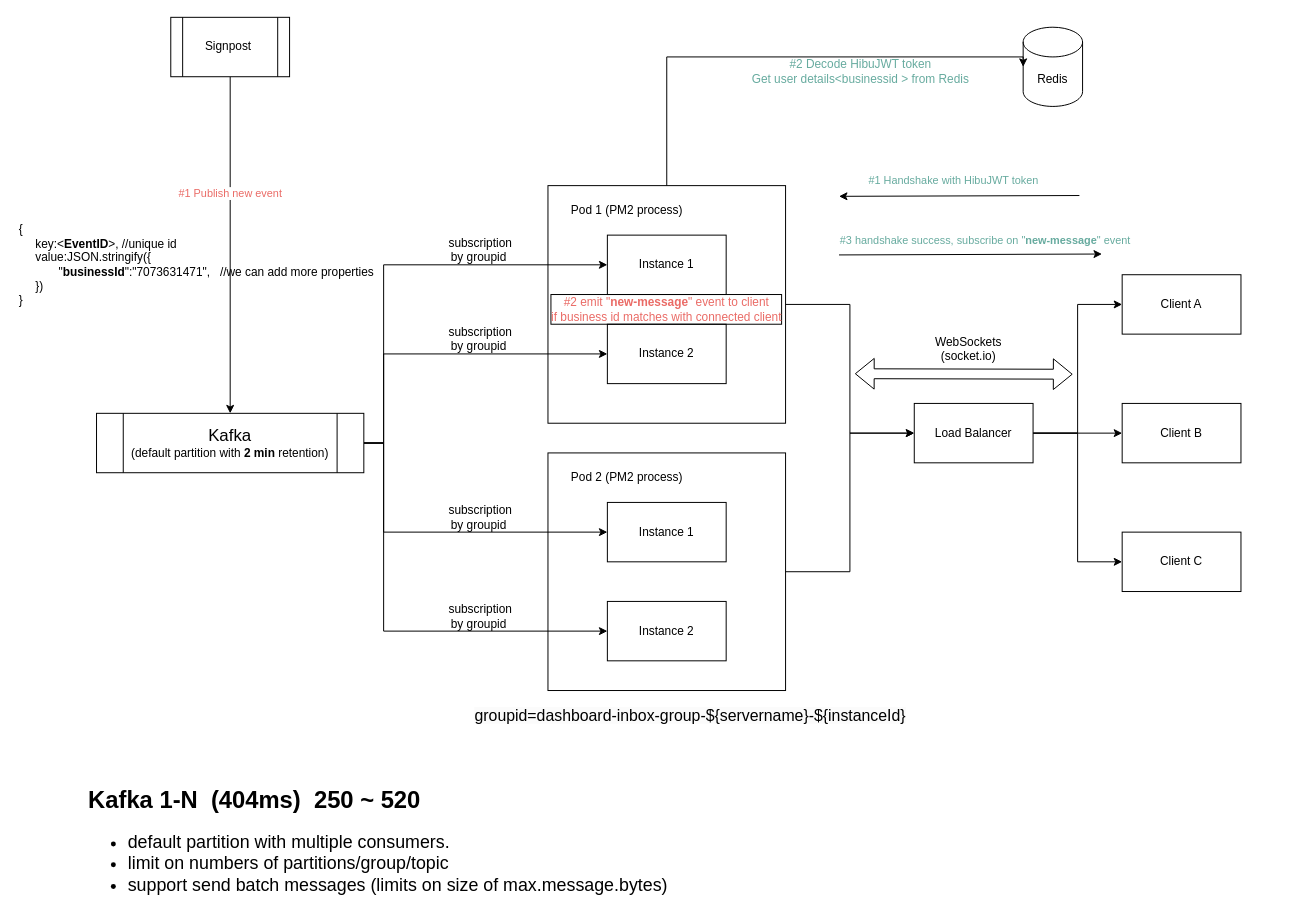
The draw.io diagram page "Kafka 1-n" (1 of 2) of hppd-Inbox.drawio in half-6/workflow, before the edit. Source tidied: cells renumbered, new cells numbered last; positions are measured from the earlier drawing's top-left corner, leaving out a move shared by most shapes. Both pictures are drawn from the tidied source at 99%, with x=0, y=0 at pixel (17, 17).
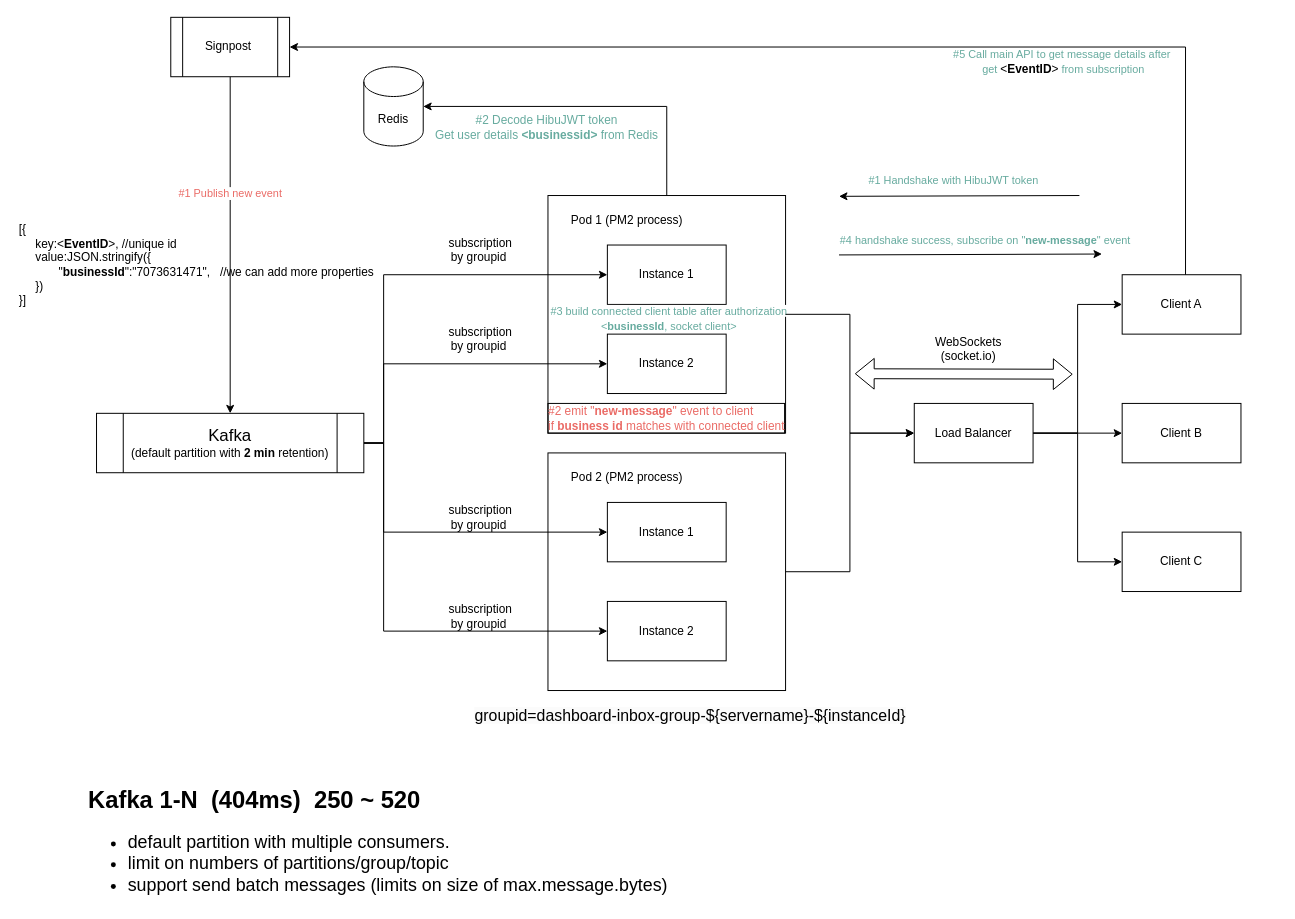
The same diagram, later.

The change refers to these unchanged cells:
```xml
<mxCell id="3" style="whiteSpace=wrap;html=1;" parent="2" vertex="1">
  <mxGeometry width="240" height="240" as="geometry" />
</mxCell>
<mxCell id="5" value="Instance 1" style="rounded=0;whiteSpace=wrap;html=1;" parent="2" vertex="1">
  <mxGeometry x="60" y="50" width="120" height="60" as="geometry" />
</mxCell>
<mxCell id="6" value="Instance 2" style="rounded=0;whiteSpace=wrap;html=1;" parent="2" vertex="1">
  <mxGeometry x="60" y="140" width="120" height="60" as="geometry" />
</mxCell>
<mxCell id="17" value="&lt;font style=&quot;font-size: 17px;&quot;&gt;Kafka&lt;/font&gt;&lt;div&gt;(default partition with &lt;b&gt;2 min&lt;/b&gt; retention)&lt;/div&gt;" style="shape=process;whiteSpace=wrap;html=1;backgroundOutline=1;" parent="1" vertex="1">
  <mxGeometry x="80" y="400" width="270" height="60" as="geometry" />
</mxCell>
<mxCell id="29" value="Signpost&amp;nbsp;" style="shape=process;whiteSpace=wrap;html=1;backgroundOutline=1;" parent="1" vertex="1">
  <mxGeometry x="155" width="120" height="60" as="geometry" />
</mxCell>
```

The edit, as a diff of the source:
```diff
@@
     <mxCell id="2" style="group;dashed=1;strokeColor=none;dashPattern=8 8;" parent="1" vertex="1">
-      <mxGeometry x="536" y="170" width="290" height="240" as="geometry" />
+      <mxGeometry x="536" y="180" width="369" height="240" as="geometry" />
     </mxCell>
@@
-    <mxCell id="7" value="#2 emit &quot;&lt;b&gt;new-message&lt;/b&gt;&quot; event to client&lt;div&gt;if business id matches with connected client&lt;/div&gt;" style="text;html=1;align=center;verticalAlign=middle;whiteSpace=wrap;rounded=0;labelBorderColor=default;fontColor=#EA6B66;" parent="2" vertex="1">
-      <mxGeometry x="-20" y="110" width="280" height="30" as="geometry" />
+    <mxCell id="7" value="&lt;div style=&quot;text-align: left;&quot;&gt;&lt;span style=&quot;background-color: initial;&quot;&gt;#2&amp;nbsp;&lt;/span&gt;&lt;span style=&quot;background-color: initial;&quot;&gt;emit &quot;&lt;/span&gt;&lt;b style=&quot;background-color: initial;&quot;&gt;new-message&lt;/b&gt;&lt;span style=&quot;background-color: initial;&quot;&gt;&quot; event to client&lt;/span&gt;&lt;/div&gt;&lt;div&gt;&lt;div&gt;if &lt;b&gt;business id&lt;/b&gt; matches with connected client&lt;/div&gt;&lt;/div&gt;" style="text;html=1;align=center;verticalAlign=middle;whiteSpace=wrap;rounded=0;labelBorderColor=default;fontColor=#EA6B66;" parent="2" vertex="1">
+      <mxGeometry x="-20" y="210" width="280" height="30" as="geometry" />
     </mxCell>
+    <mxCell id="46" value="&lt;span style=&quot;font-size: 11px; text-wrap: nowrap; background-color: rgb(255, 255, 255);&quot;&gt;#3 build connected client table after authorization&lt;/span&gt;&lt;div&gt;&lt;span style=&quot;font-size: 11px; text-wrap: nowrap; background-color: rgb(255, 255, 255);&quot;&gt;&amp;lt;&lt;b&gt;businessId&lt;/b&gt;, socket client&amp;gt;&lt;/span&gt;&lt;/div&gt;" style="text;html=1;align=center;verticalAlign=middle;whiteSpace=wrap;rounded=0;fontColor=#67AB9F;" parent="2" vertex="1">
+      <mxGeometry y="111" width="245" height="25" as="geometry" />
+    </mxCell>
@@
     <mxCell id="13" style="edgeStyle=orthogonalEdgeStyle;rounded=0;jettySize=auto;html=1;entryX=0;entryY=0.5;entryDx=0;entryDy=0;" parent="1" edge="1" source="17" target="5">
       <mxGeometry relative="1" as="geometry">
         <Array as="points">
           <mxPoint x="370" y="430" />
-          <mxPoint x="370" y="250" />
+          <mxPoint x="370" y="260" />
         </Array>
       </mxGeometry>
     </mxCell>
     <mxCell id="14" style="edgeStyle=orthogonalEdgeStyle;rounded=0;jettySize=auto;html=1;" parent="1" edge="1" source="17" target="6">
       <mxGeometry relative="1" as="geometry">
         <Array as="points">
           <mxPoint x="370" y="430" />
-          <mxPoint x="370" y="340" />
+          <mxPoint x="370" y="350" />
         </Array>
       </mxGeometry>
     </mxCell>
@@
-    <mxCell id="38" value="&lt;div style=&quot;&quot;&gt;&lt;span style=&quot;background-color: initial;&quot;&gt;{&lt;/span&gt;&lt;/div&gt;&lt;div&gt;&amp;nbsp; &amp;nbsp; &amp;nbsp;key:&amp;lt;&lt;b&gt;EventID&lt;/b&gt;&amp;gt;, //unique id&amp;nbsp;&lt;/div&gt;&lt;div&gt;&amp;nbsp; &amp;nbsp; &amp;nbsp;value:&lt;span style=&quot;background-color: initial;&quot;&gt;JSON.stringify({&lt;/span&gt;&lt;/div&gt;&lt;div&gt;&amp;nbsp; &amp;nbsp; &amp;nbsp; &amp;nbsp; &amp;nbsp; &amp;nbsp; &quot;&lt;b&gt;businessId&lt;/b&gt;&quot;:&quot;7073631471&quot;,&amp;nbsp; &amp;nbsp;//we can add more properties&amp;nbsp;&lt;/div&gt;&lt;div&gt;&lt;span style=&quot;background-color: initial;&quot;&gt;&amp;nbsp; &amp;nbsp; &amp;nbsp;})&lt;/span&gt;&lt;br&gt;&lt;/div&gt;&lt;div&gt;}&lt;/div&gt;" style="text;html=1;align=left;verticalAlign=middle;whiteSpace=wrap;rounded=0;" parent="1" vertex="1">
+    <mxCell id="38" value="&lt;div style=&quot;&quot;&gt;&lt;span style=&quot;background-color: initial;&quot;&gt;[{&lt;/span&gt;&lt;/div&gt;&lt;div&gt;&amp;nbsp; &amp;nbsp; &amp;nbsp;key:&amp;lt;&lt;b&gt;EventID&lt;/b&gt;&amp;gt;, //unique id&amp;nbsp;&lt;/div&gt;&lt;div&gt;&amp;nbsp; &amp;nbsp; &amp;nbsp;value:&lt;span style=&quot;background-color: initial;&quot;&gt;JSON.stringify({&lt;/span&gt;&lt;/div&gt;&lt;div&gt;&amp;nbsp; &amp;nbsp; &amp;nbsp; &amp;nbsp; &amp;nbsp; &amp;nbsp; &quot;&lt;b&gt;businessId&lt;/b&gt;&quot;:&quot;7073631471&quot;,&amp;nbsp; &amp;nbsp;//we can add more properties&amp;nbsp;&lt;/div&gt;&lt;div&gt;&lt;span style=&quot;background-color: initial;&quot;&gt;&amp;nbsp; &amp;nbsp; &amp;nbsp;})&lt;/span&gt;&lt;br&gt;&lt;/div&gt;&lt;div&gt;}]&lt;/div&gt;" style="text;html=1;align=left;verticalAlign=middle;whiteSpace=wrap;rounded=0;" parent="1" vertex="1">
       <mxGeometry y="200" width="370" height="100" as="geometry" />
     </mxCell>
@@
     <mxCell id="40" value="Redis" style="shape=cylinder3;whiteSpace=wrap;html=1;boundedLbl=1;backgroundOutline=1;size=15;" parent="1" vertex="1">
-      <mxGeometry x="1016" y="10" width="60" height="80" as="geometry" />
+      <mxGeometry x="350" y="50" width="60" height="80" as="geometry" />
     </mxCell>
-    <mxCell id="41" style="edgeStyle=orthogonalEdgeStyle;rounded=0;jettySize=auto;html=1;entryX=0;entryY=0.5;entryDx=0;entryDy=0;entryPerimeter=0;" parent="1" edge="1" source="3" target="40">
+    <mxCell id="41" style="edgeStyle=orthogonalEdgeStyle;rounded=0;jettySize=auto;html=1;" parent="1" edge="1" source="3">
       <mxGeometry relative="1" as="geometry">
+        <mxPoint x="410" y="90" as="targetPoint" />
         <Array as="points">
-          <mxPoint x="656" y="40" />
+          <mxPoint x="656" y="90" />
         </Array>
       </mxGeometry>
     </mxCell>
-    <mxCell id="42" value="#2 Decode HibuJWT token&lt;div&gt;Get user details&amp;lt;businessid &amp;gt; from Redis&lt;/div&gt;" style="text;html=1;align=center;verticalAlign=middle;whiteSpace=wrap;rounded=0;fontColor=#67AB9F;" parent="1" vertex="1">
-      <mxGeometry x="740" y="40" width="224" height="30" as="geometry" />
+    <mxCell id="42" value="#2 Decode HibuJWT token&lt;div&gt;Get user details &lt;b&gt;&amp;lt;businessid&amp;gt;&lt;/b&gt; from Redis&lt;/div&gt;" style="text;html=1;align=center;verticalAlign=middle;whiteSpace=wrap;rounded=0;fontColor=#67AB9F;" parent="1" vertex="1">
+      <mxGeometry x="420" y="96" width="230" height="30" as="geometry" />
     </mxCell>
@@
-    <mxCell id="44" value="&lt;span style=&quot;font-size: 11px; text-wrap: nowrap; background-color: rgb(255, 255, 255);&quot;&gt;#3 handshake success, subscribe on &quot;&lt;b&gt;new-message&lt;/b&gt;&quot; event&lt;/span&gt;" style="text;html=1;align=center;verticalAlign=middle;whiteSpace=wrap;rounded=0;fontColor=#67AB9F;" parent="1" vertex="1">
+    <mxCell id="44" value="&lt;span style=&quot;font-size: 11px; text-wrap: nowrap; background-color: rgb(255, 255, 255);&quot;&gt;#4 handshake success, subscribe on &quot;&lt;b&gt;new-message&lt;/b&gt;&quot; event&lt;/span&gt;" style="text;html=1;align=center;verticalAlign=middle;whiteSpace=wrap;rounded=0;fontColor=#67AB9F;" parent="1" vertex="1">
       <mxGeometry x="776" y="210" width="404" height="30" as="geometry" />
     </mxCell>
@@
+    <mxCell id="47" value="&lt;span style=&quot;font-size: 11px; text-wrap: nowrap; background-color: rgb(255, 255, 255);&quot;&gt;#5 Call main API to get message details after&amp;nbsp;&lt;/span&gt;&lt;div&gt;&lt;span style=&quot;font-size: 11px; text-wrap: nowrap; background-color: rgb(255, 255, 255);&quot;&gt;get &lt;/span&gt;&lt;span style=&quot;color: rgb(0, 0, 0); text-align: left;&quot;&gt;&amp;lt;&lt;/span&gt;&lt;b style=&quot;color: rgb(0, 0, 0); text-align: left;&quot;&gt;EventID&lt;/b&gt;&lt;span style=&quot;color: rgb(0, 0, 0); text-align: left;&quot;&gt;&amp;gt;&lt;/span&gt;&lt;span style=&quot;font-size: 11px; text-wrap: nowrap; background-color: rgb(255, 255, 255);&quot;&gt;&amp;nbsp;from subscription&lt;/span&gt;&lt;/div&gt;" style="text;html=1;align=center;verticalAlign=middle;whiteSpace=wrap;rounded=0;fontColor=#67AB9F;" parent="1" vertex="1">
+      <mxGeometry x="840" y="30" width="434" height="30" as="geometry" />
+    </mxCell>
+    <mxCell id="48" style="endArrow=classic;html=1;rounded=0;entryX=1;entryY=0.5;entryDx=0;entryDy=0;" parent="1" edge="1" target="29">
+      <mxGeometry relative="1" as="geometry">
+        <mxPoint x="1180" y="260" as="sourcePoint" />
+        <Array as="points">
+          <mxPoint x="1180" y="30" />
+        </Array>
+      </mxGeometry>
+    </mxCell>
```
